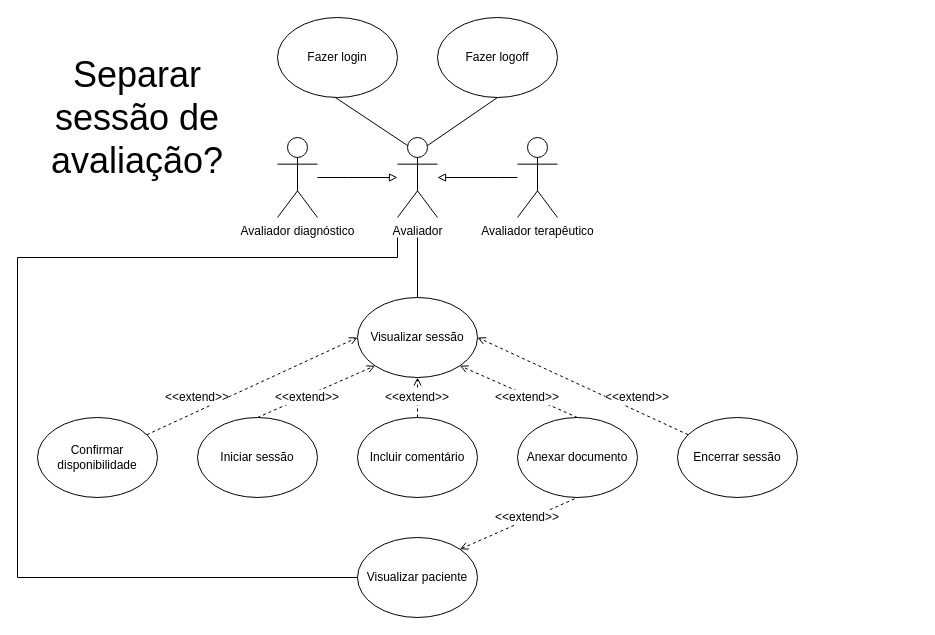
Before: page "Página-2" (2 of 2) of docs/diagramas.drawio in therapies-love-kids/modulo-avaliacao, a draw.io diagram. Source tidied: cells renumbered, new cells numbered last; positions are measured from the earlier drawing's top-left corner, leaving out a move shared by most shapes. Both pictures are drawn from the tidied source at 100%, with x=0, y=0 at pixel (17, 17).
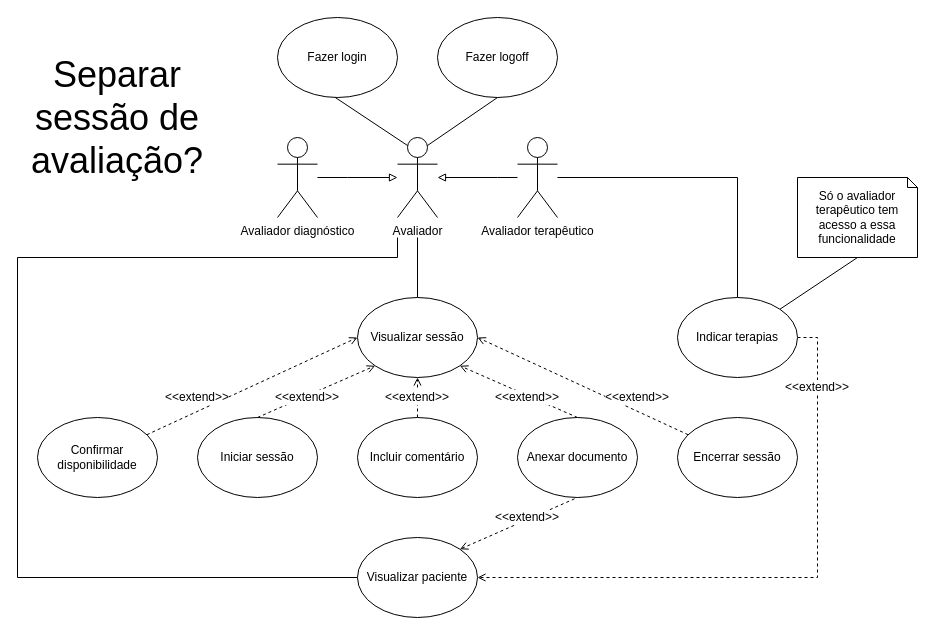
After the change.

Unchanged cells that the change refers to:
```xml
<mxCell id="5" value="Avaliador terapêutico" style="shape=umlActor;verticalLabelPosition=bottom;verticalAlign=top;html=1;outlineConnect=0;" parent="1" vertex="1">
  <mxGeometry x="500" y="120" width="40" height="80" as="geometry" />
</mxCell>
<mxCell id="20" value="Visualizar paciente" style="ellipse;whiteSpace=wrap;html=1;" parent="1" vertex="1">
  <mxGeometry x="340" y="520" width="120" height="80" as="geometry" />
</mxCell>
```

The edit, as a diff of the source:
```diff
@@
+    <mxCell id="33" style="edgeStyle=orthogonalEdgeStyle;rounded=0;jettySize=auto;html=1;entryX=0.5;entryY=0;entryDx=0;entryDy=0;endArrow=none;endFill=0;" parent="1" edge="1" source="5" target="36">
+      <mxGeometry relative="1" as="geometry" />
+    </mxCell>
@@
     <mxCell id="18" value="&lt;font style=&quot;font-size: 36px;&quot;&gt;Separar sessão de avaliação?&lt;/font&gt;" style="text;html=1;align=center;verticalAlign=middle;whiteSpace=wrap;rounded=0;" parent="1" vertex="1">
-      <mxGeometry x="20" width="200" height="200" as="geometry" />
+      <mxGeometry width="200" height="200" as="geometry" />
     </mxCell>
@@
+    <mxCell id="34" style="edgeStyle=orthogonalEdgeStyle;rounded=0;jettySize=auto;html=1;entryX=1;entryY=0.5;entryDx=0;entryDy=0;dashed=1;endArrow=open;endFill=0;" parent="1" edge="1" source="36" target="20">
+      <mxGeometry relative="1" as="geometry">
+        <Array as="points">
+          <mxPoint x="800" y="320" />
+          <mxPoint x="800" y="560" />
+        </Array>
+      </mxGeometry>
+    </mxCell>
+    <mxCell id="35" style="rounded=0;jettySize=auto;html=1;exitX=1;exitY=0;exitDx=0;exitDy=0;entryX=0.5;entryY=1;entryDx=0;entryDy=0;entryPerimeter=0;endArrow=none;endFill=0;" parent="1" edge="1" source="36" target="38">
+      <mxGeometry relative="1" as="geometry" />
+    </mxCell>
+    <mxCell id="36" value="Indicar terapias" style="ellipse;whiteSpace=wrap;html=1;" parent="1" vertex="1">
+      <mxGeometry x="660" y="280" width="120" height="80" as="geometry" />
+    </mxCell>
+    <mxCell id="37" value="&amp;lt;&amp;lt;extend&amp;gt;&amp;gt;" style="text;html=1;align=center;verticalAlign=middle;whiteSpace=wrap;rounded=0;labelBackgroundColor=default;" parent="1" vertex="1">
+      <mxGeometry x="760" y="360" width="80" height="20" as="geometry" />
+    </mxCell>
+    <mxCell id="38" value="Só o avaliador terapêutico tem acesso a essa funcionalidade" style="shape=note;size=10;whiteSpace=wrap;html=1;" parent="1" vertex="1">
+      <mxGeometry x="780" y="160" width="120" height="80" as="geometry" />
+    </mxCell>
```
